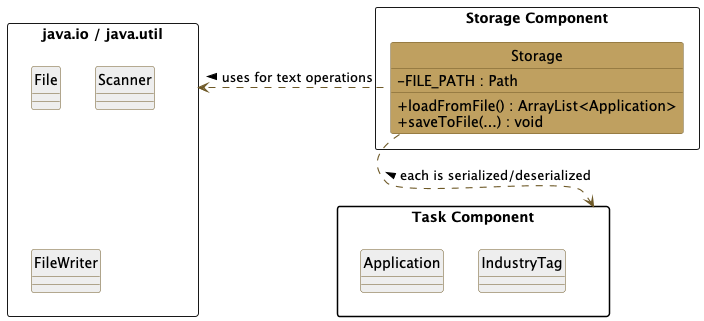
This is docs/diagrams/component-storage/storage-class.png from Aswin-RajeshKumar/tp, a PlantUML export, as it was before one commit.
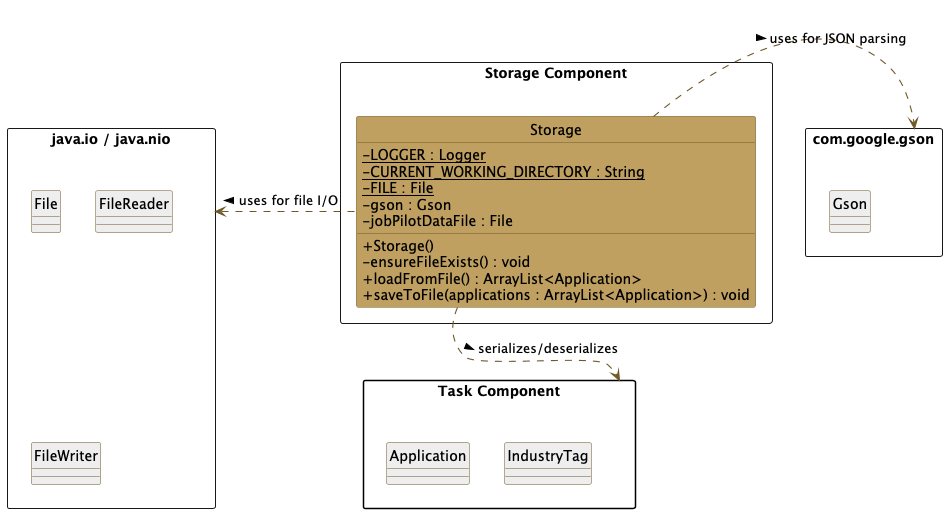
Later version of the same file.

What changed in the source:
```diff
@@ -1,35 +1,45 @@
 @startuml
-skinparam packageStyle rectangle
-skinparam ClassBackgroundColor #bfa060
-skinparam ClassBorderColor #6e5927
-skinparam ArrowColor #6e5927
-skinparam StereotypeCBackgroundColor #bfa060
-hide circle
-skinparam arrowThickness 1.1
-skinparam classAttributeIconSize 0
+ skinparam packageStyle rectangle
+ skinparam ClassBackgroundColor #bfa060
+ skinparam ClassBorderColor #6e5927
+ skinparam ArrowColor #6e5927
+ skinparam StereotypeCBackgroundColor #bfa060
+ hide circle
+ skinparam arrowThickness 1.1
+ skinparam classAttributeIconSize 0
 
+ package "Storage Component" <<Rectangle>> #FFFFFF {
+     class "Storage" as Storage {
+         - {static} LOGGER : Logger
+         - {static} CURRENT_WORKING_DIRECTORY : String
+         - {static} FILE : File
+         - gson : Gson
+         - jobPilotDataFile : File
+         + Storage()
+         - ensureFileExists() : void
+         + loadFromFile() : ArrayList<Application>
+         + saveToFile(applications : ArrayList<Application>) : void
+     }
+ }
 
-package "Storage Component" <<Rectangle>> #FFFFFF {
-    class "Storage" as Storage {
-        - FILE_PATH : Path
-        + loadFromFile() : ArrayList<Application>
-        + saveToFile(...) : void
-    }
-}
+ package "Task Component" as Model #FFFFFF {
+     class Application #EEEEEE
+     class IndustryTag #EEEEEE
+ }
 
-package "Task Component" as Model #FFFFFF {
-    class Application #EEEEEE
-    class IndustryTag #EEEEEE
-}
+ rectangle "com.google.gson" as GsonLib #FFFFFF {
+     class Gson #EEEEEE
+ }
 
-rectangle "java.io / java.util" as Support #FFFFFF {
-    class File #EEEEEE
-    class Scanner #EEEEEE
-    class FileWriter #EEEEEE
-}
+ rectangle "java.io / java.nio" as Support #FFFFFF {
+     class File #EEEEEE
+     class FileReader #EEEEEE
+     class FileWriter #EEEEEE
+ }
 
-Storage .left.> Support : uses for text operations >
-Storage .down.> Model : each is serialized/deserialized <
+ Storage .left.> Support : uses for file I/O >
+ Storage .right.> GsonLib : uses for JSON parsing >
+ Storage .down.> Model : serializes/deserializes >
 
-Storage -[hidden]- Model
-@enduml
+ Storage -[hidden]- Model
+ @enduml
```
